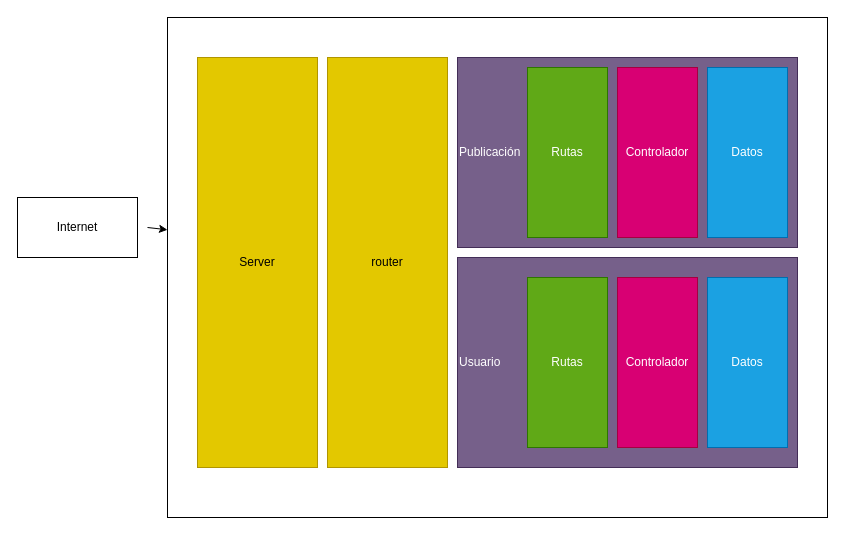
The draw.io diagram varios/diagrama.drawio in whoisnegrello/node-api-doctadevs, before the edit. Source tidied: cells renumbered, new cells numbered last; positions are measured from the earlier drawing's top-left corner, leaving out a move shared by most shapes. Both pictures are drawn from the tidied source at 100%, with x=0, y=0 at pixel (17, 17).
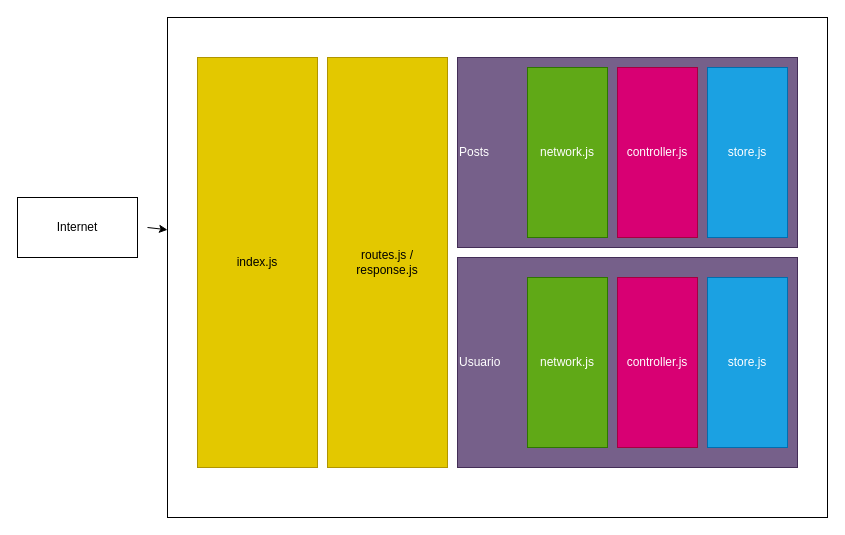
The same page after the edit.

Commit message (it also covers changes not shown here):
Ruta de posts completa con mockup de datos

Change to the diagram source:
```diff
@@
 <mxGraphModel>
   <root>
     <mxCell id="0" />
     <mxCell id="1" parent="0" />
     <mxCell id="2" value="Internet" style="rounded=0;whiteSpace=wrap;html=1;" parent="1" vertex="1">
       <mxGeometry y="180" width="120" height="60" as="geometry" />
     </mxCell>
     <mxCell id="3" style="endArrow=classic;html=1;" parent="1" edge="1" target="4">
       <mxGeometry relative="1" as="geometry">
         <mxPoint x="130" y="210" as="sourcePoint" />
       </mxGeometry>
     </mxCell>
     <mxCell id="4" style="rounded=0;whiteSpace=wrap;html=1;" parent="1" vertex="1">
       <mxGeometry x="150" width="660" height="500" as="geometry" />
     </mxCell>
-    <mxCell id="5" value="Server" style="rounded=0;whiteSpace=wrap;html=1;fillColor=#e3c800;strokeColor=#B09500;fontColor=#000000;" parent="1" vertex="1">
+    <mxCell id="5" value="index.js" style="rounded=0;whiteSpace=wrap;html=1;fillColor=#e3c800;strokeColor=#B09500;fontColor=#000000;" parent="1" vertex="1">
       <mxGeometry x="180" y="40" width="120" height="410" as="geometry" />
     </mxCell>
-    <mxCell id="6" value="router" style="rounded=0;whiteSpace=wrap;html=1;fillColor=#e3c800;strokeColor=#B09500;fontColor=#000000;" parent="1" vertex="1">
+    <mxCell id="6" value="routes.js /&lt;br&gt;response.js" style="rounded=0;whiteSpace=wrap;html=1;fillColor=#e3c800;strokeColor=#B09500;fontColor=#000000;" parent="1" vertex="1">
       <mxGeometry x="310" y="40" width="120" height="410" as="geometry" />
     </mxCell>
-    <mxCell id="7" value="Publicación" style="rounded=0;whiteSpace=wrap;html=1;align=left;fillColor=#76608a;strokeColor=#432D57;fontColor=#ffffff;" parent="1" vertex="1">
+    <mxCell id="7" value="Posts" style="rounded=0;whiteSpace=wrap;html=1;align=left;fillColor=#76608a;strokeColor=#432D57;fontColor=#ffffff;" parent="1" vertex="1">
       <mxGeometry x="440" y="40" width="340" height="190" as="geometry" />
     </mxCell>
     <mxCell id="8" value="Usuario" style="rounded=0;whiteSpace=wrap;html=1;align=left;fillColor=#76608a;strokeColor=#432D57;fontColor=#ffffff;" parent="1" vertex="1">
       <mxGeometry x="440" y="240" width="340" height="210" as="geometry" />
     </mxCell>
-    <mxCell id="9" value="Rutas" style="rounded=0;whiteSpace=wrap;html=1;fillColor=#60a917;strokeColor=#2D7600;fontColor=#ffffff;" parent="1" vertex="1">
+    <mxCell id="9" value="network.js" style="rounded=0;whiteSpace=wrap;html=1;fillColor=#60a917;strokeColor=#2D7600;fontColor=#ffffff;" parent="1" vertex="1">
       <mxGeometry x="510" y="50" width="80" height="170" as="geometry" />
     </mxCell>
-    <mxCell id="10" value="Rutas" style="rounded=0;whiteSpace=wrap;html=1;fillColor=#60a917;strokeColor=#2D7600;fontColor=#ffffff;" parent="1" vertex="1">
+    <mxCell id="10" value="network.js" style="rounded=0;whiteSpace=wrap;html=1;fillColor=#60a917;strokeColor=#2D7600;fontColor=#ffffff;" parent="1" vertex="1">
       <mxGeometry x="510" y="260" width="80" height="170" as="geometry" />
     </mxCell>
-    <mxCell id="11" value="Controlador" style="rounded=0;whiteSpace=wrap;html=1;fillColor=#d80073;strokeColor=#A50040;fontColor=#ffffff;" parent="1" vertex="1">
+    <mxCell id="11" value="controller.js" style="rounded=0;whiteSpace=wrap;html=1;fillColor=#d80073;strokeColor=#A50040;fontColor=#ffffff;" parent="1" vertex="1">
       <mxGeometry x="600" y="50" width="80" height="170" as="geometry" />
     </mxCell>
-    <mxCell id="12" value="Controlador" style="rounded=0;whiteSpace=wrap;html=1;fillColor=#d80073;strokeColor=#A50040;fontColor=#ffffff;" parent="1" vertex="1">
+    <mxCell id="12" value="controller.js" style="rounded=0;whiteSpace=wrap;html=1;fillColor=#d80073;strokeColor=#A50040;fontColor=#ffffff;" parent="1" vertex="1">
       <mxGeometry x="600" y="260" width="80" height="170" as="geometry" />
     </mxCell>
-    <mxCell id="13" value="Datos" style="rounded=0;whiteSpace=wrap;html=1;fillColor=#1ba1e2;strokeColor=#006EAF;fontColor=#ffffff;" parent="1" vertex="1">
+    <mxCell id="13" value="store.js" style="rounded=0;whiteSpace=wrap;html=1;fillColor=#1ba1e2;strokeColor=#006EAF;fontColor=#ffffff;" parent="1" vertex="1">
       <mxGeometry x="690" y="50" width="80" height="170" as="geometry" />
     </mxCell>
-    <mxCell id="14" value="Datos" style="rounded=0;whiteSpace=wrap;html=1;fillColor=#1ba1e2;strokeColor=#006EAF;fontColor=#ffffff;" parent="1" vertex="1">
+    <mxCell id="14" value="store.js" style="rounded=0;whiteSpace=wrap;html=1;fillColor=#1ba1e2;strokeColor=#006EAF;fontColor=#ffffff;" parent="1" vertex="1">
       <mxGeometry x="690" y="260" width="80" height="170" as="geometry" />
     </mxCell>
   </root>
 </mxGraphModel>
```
